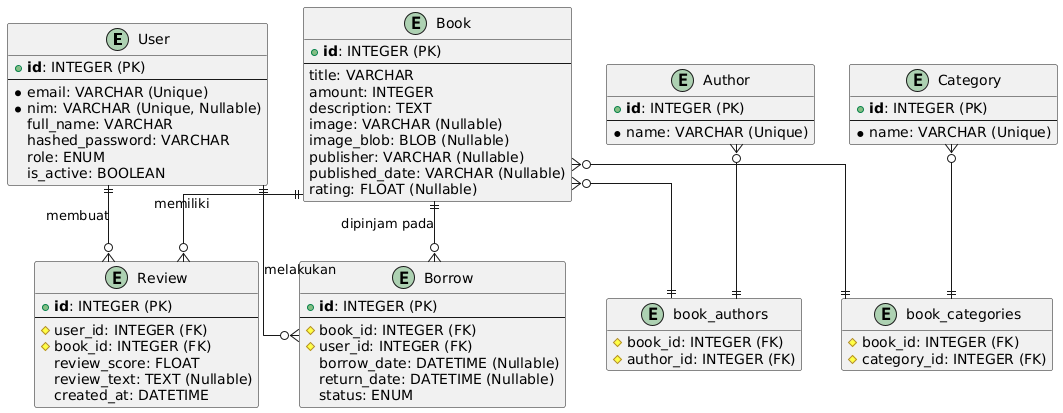
This is ERD.png from CSE-9124/E-PERSMIP, a PlantUML export, as it was before one commit.
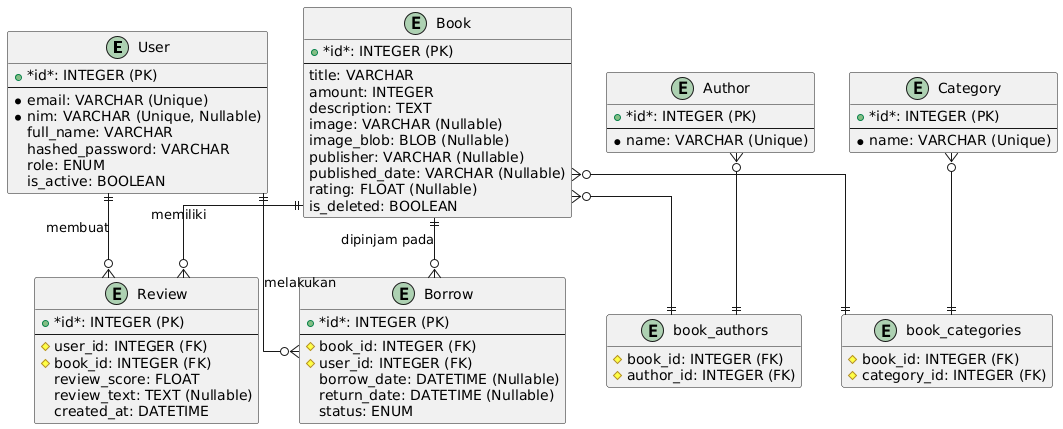
The same diagram one commit later.

The edit, as a diff of the source:
```diff
@@ -4,7 +4,7 @@
 
 
 entity "User" as users {
-  + **id**: INTEGER (PK)
+  + *id*: INTEGER (PK)
   --
   *email: VARCHAR (Unique)
   *nim: VARCHAR (Unique, Nullable)
@@ -15,7 +15,7 @@
 }
 
 entity "Book" as books {
-  + **id**: INTEGER (PK)
+  + *id*: INTEGER (PK)
   --
   title: VARCHAR
   amount: INTEGER
@@ -25,22 +25,23 @@
   publisher: VARCHAR (Nullable)
   published_date: VARCHAR (Nullable)
   rating: FLOAT (Nullable)
+  is_deleted: BOOLEAN
 }
 
 entity "Author" as authors {
-  + **id**: INTEGER (PK)
+  + *id*: INTEGER (PK)
   --
   *name: VARCHAR (Unique)
 }
 
 entity "Category" as categories {
-  + **id**: INTEGER (PK)
+  + *id*: INTEGER (PK)
   --
   *name: VARCHAR (Unique)
 }
 
 entity "Review" as reviews {
-  + **id**: INTEGER (PK)
+  + *id*: INTEGER (PK)
   --
   # user_id: INTEGER (FK)
   # book_id: INTEGER (FK)
@@ -50,7 +51,7 @@
 }
 
 entity "Borrow" as borrows {
-  + **id**: INTEGER (PK)
+  + *id*: INTEGER (PK)
   --
   # book_id: INTEGER (FK)
   # user_id: INTEGER (FK)
```
